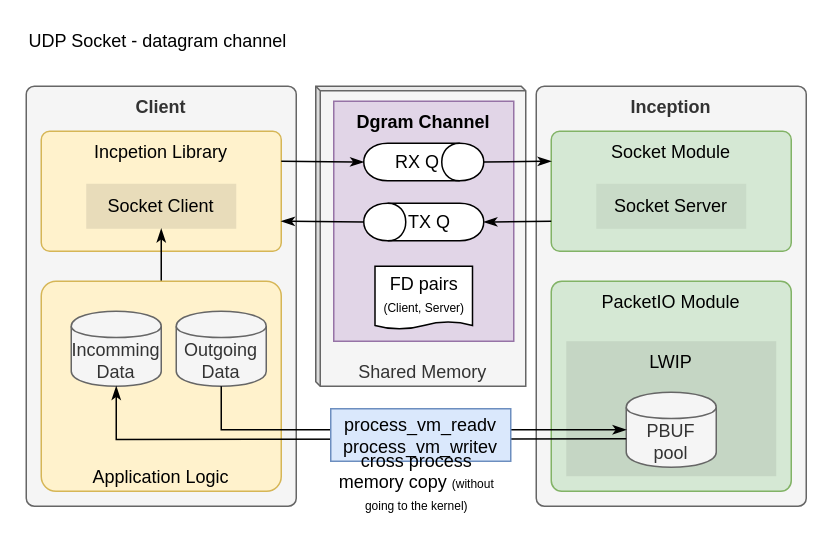
Earlier version of the draw.io diagram page "UDP Socket" (3 of 6) of doc/images/block_diagram.drawio (Spirent/openperf). Source tidied: cells renumbered, new cells numbered last; positions are measured from the earlier drawing's top-left corner, leaving out a move shared by most shapes. Both pictures are drawn from the tidied source at 150%, with x=0, y=0 at pixel (26, 26).
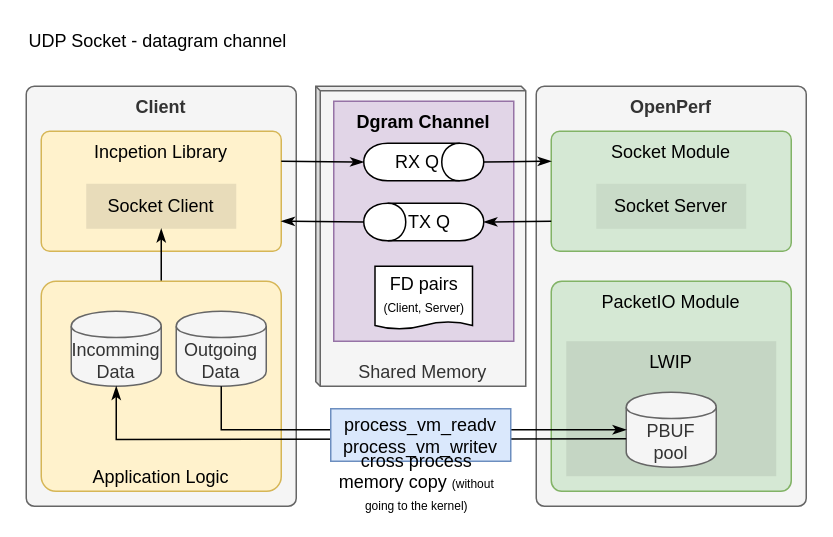
After the change.

What changed in the source:
```diff
@@
-    <mxCell id="4" value="&lt;font&gt;Inception&lt;/font&gt;" style="rounded=1;whiteSpace=wrap;html=1;arcSize=3;verticalAlign=top;fontFamily=Avenir Next Condensed;fontStyle=1;fillColor=#f5f5f5;strokeColor=#666666;fontColor=#333333;" parent="1" vertex="1">
+    <mxCell id="4" value="&lt;font&gt;OpenPerf&lt;/font&gt;" style="rounded=1;whiteSpace=wrap;html=1;arcSize=3;verticalAlign=top;fontFamily=Avenir Next Condensed;fontStyle=1;fillColor=#f5f5f5;strokeColor=#666666;fontColor=#333333;" parent="1" vertex="1">
       <mxGeometry x="340" y="40" width="180" height="280" as="geometry" />
     </mxCell>
```
